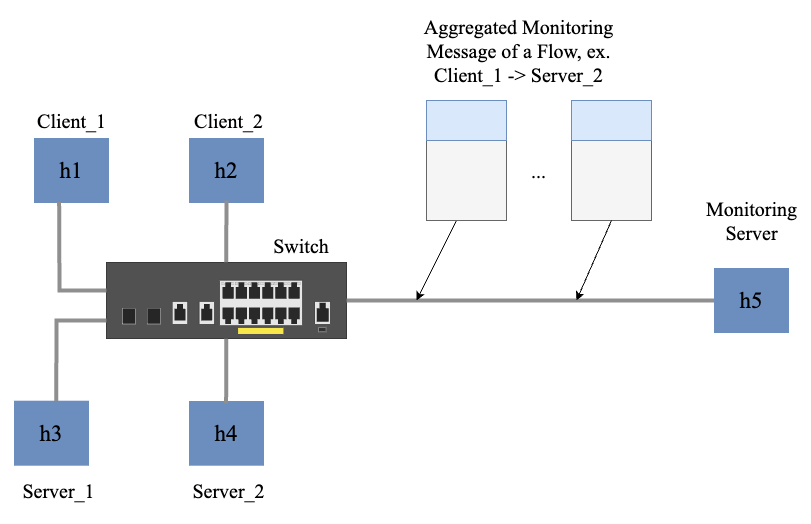
Before: exercises/multiple_flow_monitor/img/P4_Structure.png, a diagram exported from draw.io (Kristen6765/p4_tutorials). Source tidied: cells renumbered, new cells last; positions are measured from the earlier drawing's top-left corner, leaving out a move shared by most shapes.
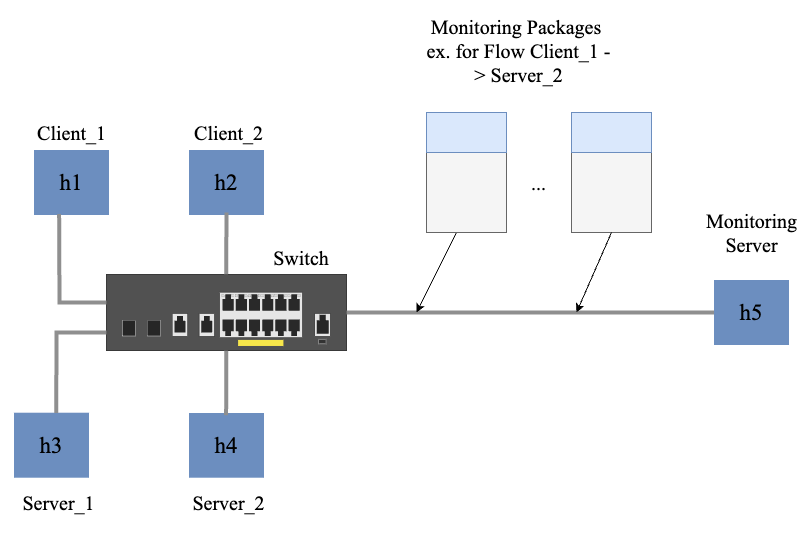
Later version of the same file.

Commit message:
add structure diagram

What changed in the source:
```diff
@@ -85,7 +85,7 @@
     <mxCell id="21" style="rounded=0;whiteSpace=wrap;html=1;fillColor=#dae8fc;strokeColor=#6c8ebf;" parent="1" vertex="1">
       <mxGeometry x="410" y="70" width="80" height="40" as="geometry" />
     </mxCell>
-    <mxCell id="22" value="&lt;font face=&quot;Times New Roman&quot;&gt;&lt;span style=&quot;font-size: 20px;&quot;&gt;Aggregated Monitoring Message of a Flow, ex. Client_1 -&amp;gt; Server_2&lt;/span&gt;&lt;/font&gt;" style="text;html=1;strokeColor=none;fillColor=none;align=center;verticalAlign=middle;whiteSpace=wrap;rounded=0;" parent="1" vertex="1">
+    <mxCell id="22" value="&lt;font face=&quot;Times New Roman&quot;&gt;&lt;span style=&quot;font-size: 20px;&quot;&gt;Monitoring Packages&amp;nbsp;&lt;/span&gt;&lt;/font&gt;&lt;div&gt;&lt;font face=&quot;Times New Roman&quot;&gt;&lt;span style=&quot;font-size: 20px;&quot;&gt;ex. for Flow Client_1 -&amp;gt; Server_2&lt;/span&gt;&lt;/font&gt;&lt;/div&gt;&lt;div&gt;&lt;font face=&quot;Times New Roman&quot;&gt;&lt;span style=&quot;font-size: 20px;&quot;&gt;&lt;br&gt;&lt;/span&gt;&lt;/font&gt;&lt;/div&gt;" style="text;html=1;strokeColor=none;fillColor=none;align=center;verticalAlign=middle;whiteSpace=wrap;rounded=0;" parent="1" vertex="1">
       <mxGeometry x="405" width="195" height="40" as="geometry" />
     </mxCell>
     <mxCell id="23" style="whiteSpace=wrap;html=1;fillColor=#f5f5f5;fontColor=#333333;strokeColor=#666666;" parent="1" vertex="1">
```
